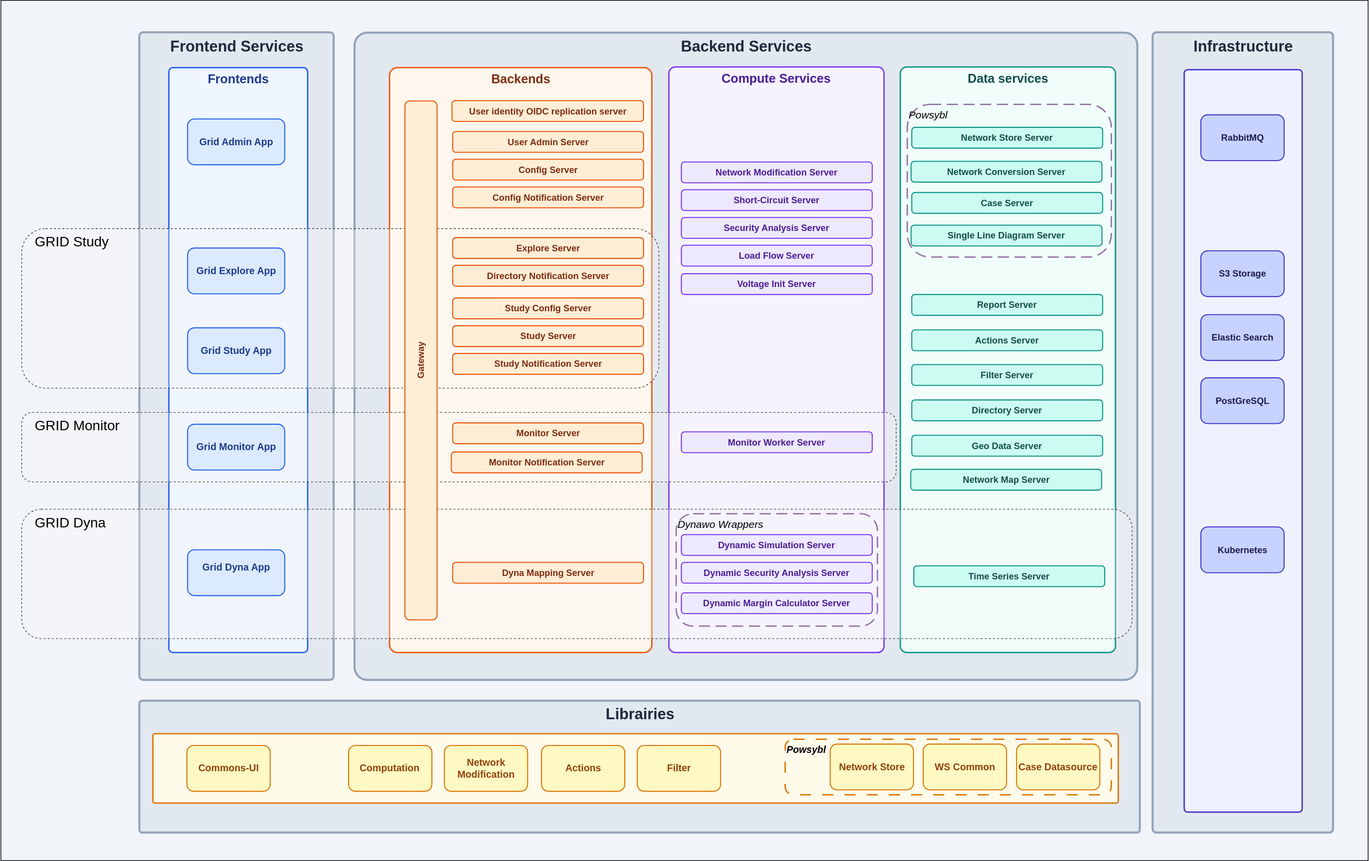
The draw.io diagram diagrams/BackendFrontend.drawio.svg in gridsuite/documentation, before a commit. Source tidied: cells renumbered, new cells last; positions are measured from the earlier drawing's top-left corner, leaving out a move shared by most shapes.
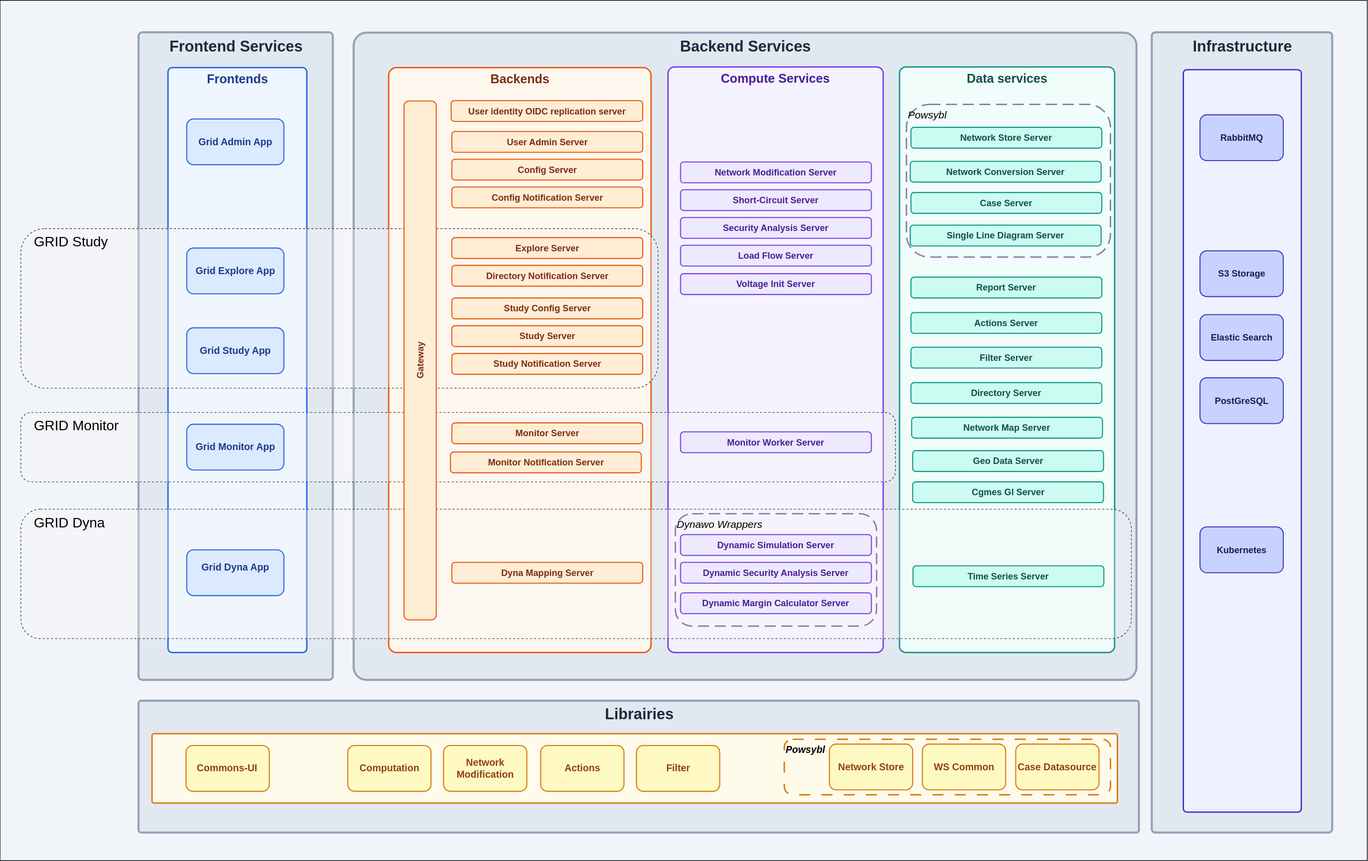
Later version of the same file.

Commit message:
Add cgmes cl server on microservices diagram (#39)

Change to the diagram source:
```diff
@@ -102,7 +102,7 @@
       <mxGeometry x="980.5" y="353" width="275" height="30" as="geometry" />
     </mxCell>
     <mxCell id="35" value="Network Map Server" style="rounded=1;whiteSpace=wrap;html=1;fontSize=13;fontStyle=1;fillColor=#CCFBF1;strokeColor=#0D9488;strokeWidth=1.5;fontColor=#134E4A;align=center;verticalAlign=middle;fontFamily=Helvetica;" parent="1" vertex="1">
-      <mxGeometry x="1311" y="676" width="275" height="30" as="geometry" />
+      <mxGeometry x="1313.5" y="601" width="275" height="30" as="geometry" />
     </mxCell>
     <mxCell id="36" value="Voltage Init Server" style="rounded=1;whiteSpace=wrap;html=1;fontSize=13;fontStyle=1;fillColor=#EDE9FE;strokeColor=#7C3AED;strokeWidth=1.5;fontColor=#4C1D95;" parent="1" vertex="1">
       <mxGeometry x="980.5" y="394" width="275" height="30" as="geometry" />
@@ -117,19 +117,19 @@
       <mxGeometry x="1312.5" y="183" width="275" height="30" as="geometry" />
     </mxCell>
     <mxCell id="40" value="Report Server" style="rounded=1;whiteSpace=wrap;html=1;fontSize=13;fontStyle=1;fillColor=#CCFBF1;strokeColor=#0D9488;strokeWidth=1.5;fontColor=#134E4A;" parent="1" vertex="1">
-      <mxGeometry x="1312.5" y="424" width="275" height="30" as="geometry" />
+      <mxGeometry x="1312.5" y="399" width="275" height="30" as="geometry" />
     </mxCell>
     <mxCell id="41" value="Actions Server" style="rounded=1;whiteSpace=wrap;html=1;fontSize=13;fontStyle=1;fillColor=#CCFBF1;strokeColor=#0D9488;strokeWidth=1.5;fontColor=#134E4A;" parent="1" vertex="1">
-      <mxGeometry x="1312.5" y="475" width="275" height="30" as="geometry" />
+      <mxGeometry x="1312.5" y="450" width="275" height="30" as="geometry" />
     </mxCell>
     <mxCell id="42" value="Filter Server" style="rounded=1;whiteSpace=wrap;html=1;fontSize=13;fontStyle=1;fillColor=#CCFBF1;strokeColor=#0D9488;strokeWidth=1.5;fontColor=#134E4A;" parent="1" vertex="1">
-      <mxGeometry x="1312.5" y="525" width="275" height="30" as="geometry" />
+      <mxGeometry x="1312.5" y="500" width="275" height="30" as="geometry" />
     </mxCell>
     <mxCell id="43" value="Directory Server" style="rounded=1;whiteSpace=wrap;html=1;fontSize=13;fontStyle=1;fillColor=#CCFBF1;strokeColor=#0D9488;strokeWidth=1.5;fontColor=#134E4A;" parent="1" vertex="1">
-      <mxGeometry x="1312.5" y="576" width="275" height="30" as="geometry" />
+      <mxGeometry x="1312.5" y="551" width="275" height="30" as="geometry" />
     </mxCell>
     <mxCell id="44" value="Geo Data Server" style="rounded=1;whiteSpace=wrap;html=1;fontSize=13;fontStyle=1;fillColor=#CCFBF1;strokeColor=#0D9488;strokeWidth=1.5;fontColor=#134E4A;" parent="1" vertex="1">
-      <mxGeometry x="1312.5" y="627" width="275" height="30" as="geometry" />
+      <mxGeometry x="1315" y="649" width="275" height="30" as="geometry" />
     </mxCell>
     <mxCell id="45" value="Librairies" style="rounded=1;whiteSpace=wrap;html=1;verticalAlign=top;fontSize=22;fontStyle=1;fillColor=#E2E8F0;fontColor=#1E293B;strokeColor=#94A3B8;strokeWidth=3;arcSize=2;align=center;fontFamily=Helvetica;" parent="1" vertex="1">
       <mxGeometry x="200" y="1010" width="1441.5" height="190" as="geometry" />
@@ -206,5 +206,8 @@
     <mxCell id="69" value="Case Datasource" style="rounded=1;whiteSpace=wrap;html=1;fontSize=14;fontStyle=1;fillColor=#FEF9C3;strokeColor=#D97706;strokeWidth=1.5;fontColor=#92400E;" parent="1" vertex="1">
       <mxGeometry x="1463.5" y="1072" width="120" height="66" as="geometry" />
     </mxCell>
+    <mxCell id="70" value="Cgmes Gl Server" style="rounded=1;whiteSpace=wrap;html=1;fontSize=13;fontStyle=1;fillColor=#CCFBF1;strokeColor=#0D9488;strokeWidth=1.5;fontColor=#134E4A;" parent="1" vertex="1">
+      <mxGeometry x="1315" y="694" width="275" height="30" as="geometry" />
+    </mxCell>
   </root>
 </mxGraphModel>
```
